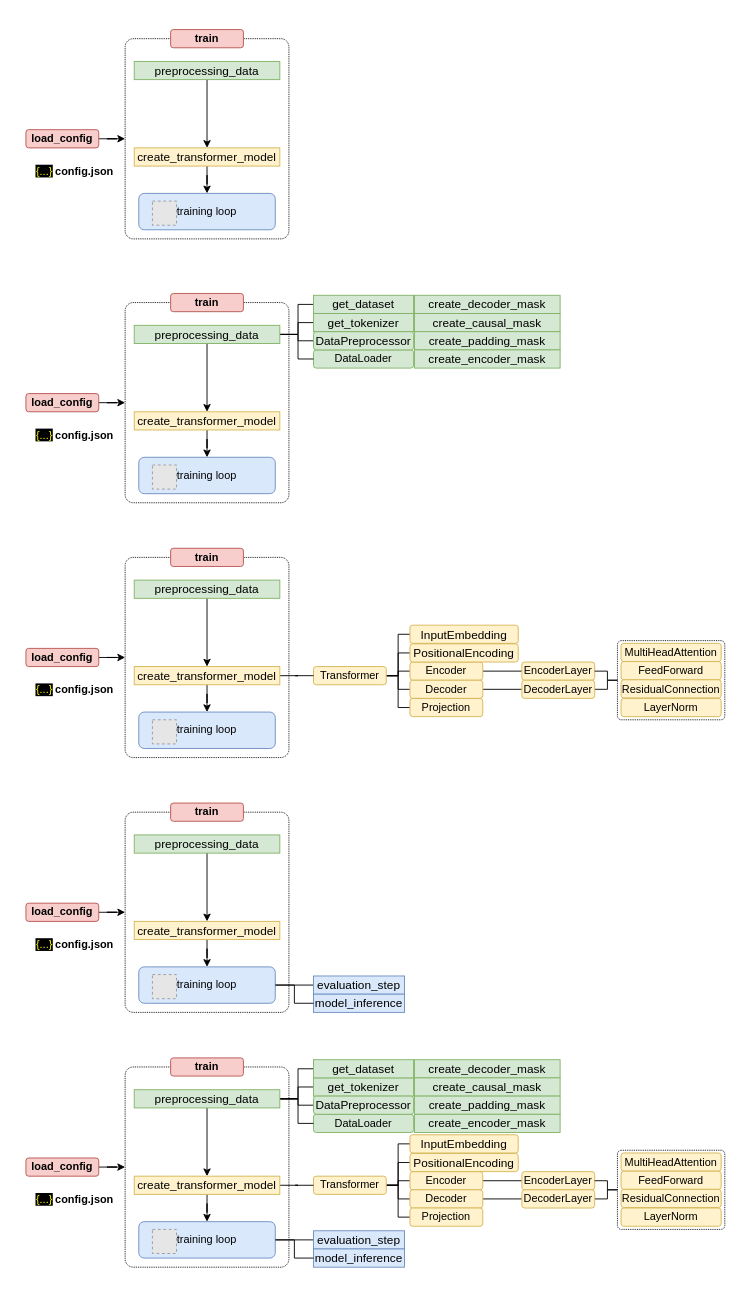
The draw.io diagram page "transformer-training-flow" (10 of 10) of illustration/transformer.drawio in tanquangduong/transformer-pt, before the edit. Source tidied: cells renumbered, new cells numbered last; positions are measured from the earlier drawing's top-left corner, leaving out a move shared by most shapes. Both pictures are drawn from the tidied source at 91%, with x=0, y=0 at pixel (15, 15). Pictures stored in the file or linked from it are replaced by grey dashed boxes.
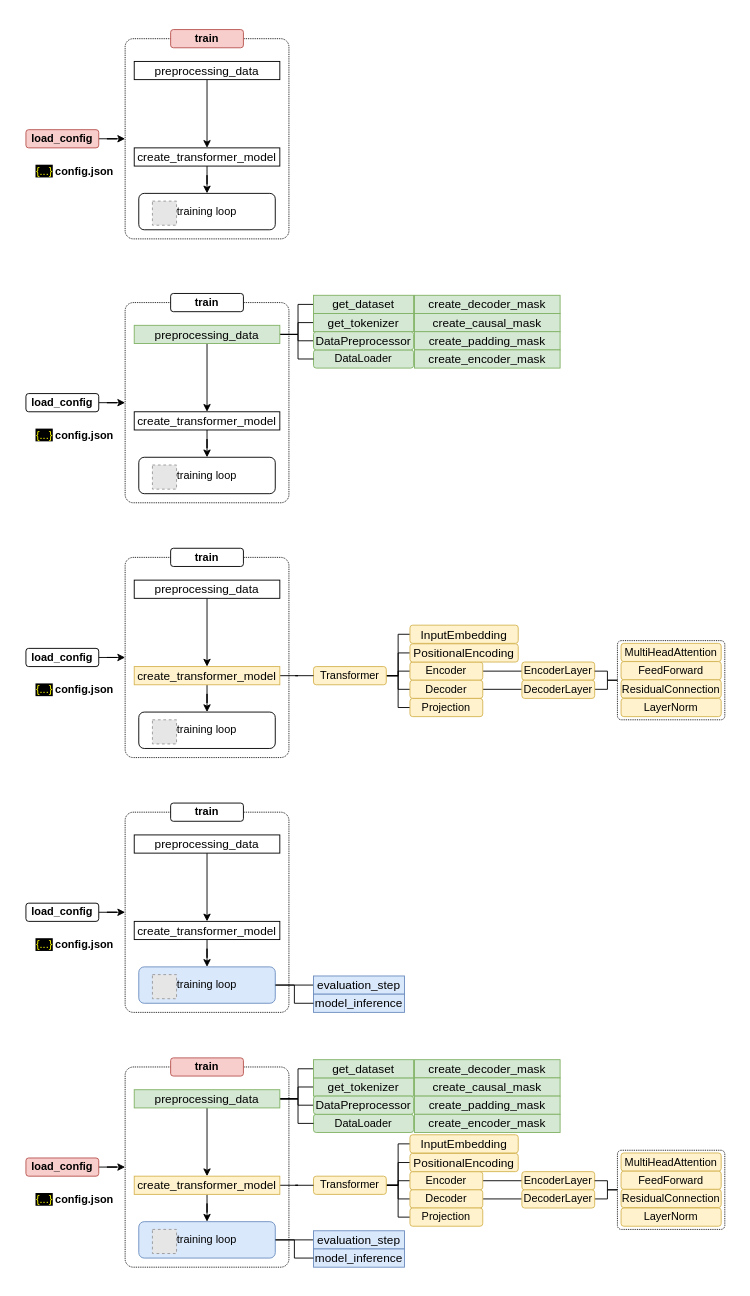
After the change.

What changed in the source:
```diff
@@
-    <mxCell id="7" value="training loop" style="rounded=1;whiteSpace=wrap;html=1;fillColor=#dae8fc;strokeColor=#6c8ebf;" parent="1" vertex="1">
+    <mxCell id="7" value="training loop" style="rounded=1;whiteSpace=wrap;html=1;" parent="1" vertex="1">
       <mxGeometry x="135" y="195" width="150" height="40" as="geometry" />
     </mxCell>
@@
-    <mxCell id="9" value="preprocessing_data" style="rounded=0;whiteSpace=wrap;html=1;fontSize=13;fillColor=#d5e8d4;strokeColor=#82b366;" parent="1" vertex="1">
+    <mxCell id="9" value="preprocessing_data" style="rounded=0;whiteSpace=wrap;html=1;fontSize=13;" parent="1" vertex="1">
       <mxGeometry x="130" y="50" width="160" height="20" as="geometry" />
     </mxCell>
@@
-    <mxCell id="11" value="create_transformer_model" style="rounded=0;whiteSpace=wrap;html=1;fontSize=13;fillColor=#fff2cc;strokeColor=#d6b656;" parent="1" vertex="1">
+    <mxCell id="11" value="create_transformer_model" style="rounded=0;whiteSpace=wrap;html=1;fontSize=13;" parent="1" vertex="1">
       <mxGeometry x="130" y="145" width="160" height="20" as="geometry" />
     </mxCell>
@@
-    <mxCell id="18" value="load_config" style="rounded=1;whiteSpace=wrap;html=1;fontStyle=1;fillColor=#f8cecc;strokeColor=#b85450;" parent="1" vertex="1">
+    <mxCell id="18" value="load_config" style="rounded=1;whiteSpace=wrap;html=1;fontStyle=1;" parent="1" vertex="1">
       <mxGeometry x="11" y="415" width="80" height="20" as="geometry" />
     </mxCell>
-    <mxCell id="19" value="train" style="rounded=1;whiteSpace=wrap;html=1;fontStyle=1;fillColor=#f8cecc;strokeColor=#b85450;" parent="1" vertex="1">
+    <mxCell id="19" value="train" style="rounded=1;whiteSpace=wrap;html=1;fontStyle=1;" parent="1" vertex="1">
       <mxGeometry x="170" y="305" width="80" height="20" as="geometry" />
     </mxCell>
-    <mxCell id="20" value="training loop" style="rounded=1;whiteSpace=wrap;html=1;fillColor=#dae8fc;strokeColor=#6c8ebf;" parent="1" vertex="1">
+    <mxCell id="20" value="training loop" style="rounded=1;whiteSpace=wrap;html=1;" parent="1" vertex="1">
       <mxGeometry x="135" y="485" width="150" height="40" as="geometry" />
     </mxCell>
@@
-    <mxCell id="29" value="create_transformer_model" style="rounded=0;whiteSpace=wrap;html=1;fontSize=13;fillColor=#fff2cc;strokeColor=#d6b656;" parent="1" vertex="1">
+    <mxCell id="29" value="create_transformer_model" style="rounded=0;whiteSpace=wrap;html=1;fontSize=13;" parent="1" vertex="1">
       <mxGeometry x="130" y="435" width="160" height="20" as="geometry" />
     </mxCell>
@@
-    <mxCell id="44" value="load_config" style="rounded=1;whiteSpace=wrap;html=1;fontStyle=1;fillColor=#f8cecc;strokeColor=#b85450;" parent="1" vertex="1">
+    <mxCell id="44" value="load_config" style="rounded=1;whiteSpace=wrap;html=1;fontStyle=1;" parent="1" vertex="1">
       <mxGeometry x="11" y="695" width="80" height="20" as="geometry" />
     </mxCell>
-    <mxCell id="45" value="train" style="rounded=1;whiteSpace=wrap;html=1;fontStyle=1;fillColor=#f8cecc;strokeColor=#b85450;" parent="1" vertex="1">
+    <mxCell id="45" value="train" style="rounded=1;whiteSpace=wrap;html=1;fontStyle=1;" parent="1" vertex="1">
       <mxGeometry x="170" y="585" width="80" height="20" as="geometry" />
     </mxCell>
-    <mxCell id="46" value="training loop" style="rounded=1;whiteSpace=wrap;html=1;fillColor=#dae8fc;strokeColor=#6c8ebf;" parent="1" vertex="1">
+    <mxCell id="46" value="training loop" style="rounded=1;whiteSpace=wrap;html=1;" parent="1" vertex="1">
       <mxGeometry x="135" y="765" width="150" height="40" as="geometry" />
     </mxCell>
@@
-    <mxCell id="66" value="preprocessing_data" style="rounded=0;whiteSpace=wrap;html=1;fontSize=13;fillColor=#d5e8d4;strokeColor=#82b366;" parent="1" vertex="1">
+    <mxCell id="66" value="preprocessing_data" style="rounded=0;whiteSpace=wrap;html=1;fontSize=13;" parent="1" vertex="1">
       <mxGeometry x="130" y="620" width="160" height="20" as="geometry" />
     </mxCell>
@@
-    <mxCell id="79" value="load_config" style="rounded=1;whiteSpace=wrap;html=1;fontStyle=1;fillColor=#f8cecc;strokeColor=#b85450;" parent="1" vertex="1">
+    <mxCell id="79" value="load_config" style="rounded=1;whiteSpace=wrap;html=1;fontStyle=1;" parent="1" vertex="1">
       <mxGeometry x="11" y="975" width="80" height="20" as="geometry" />
     </mxCell>
-    <mxCell id="80" value="train" style="rounded=1;whiteSpace=wrap;html=1;fontStyle=1;fillColor=#f8cecc;strokeColor=#b85450;" parent="1" vertex="1">
+    <mxCell id="80" value="train" style="rounded=1;whiteSpace=wrap;html=1;fontStyle=1;" parent="1" vertex="1">
       <mxGeometry x="170" y="865" width="80" height="20" as="geometry" />
     </mxCell>
@@
-    <mxCell id="84" value="preprocessing_data" style="rounded=0;whiteSpace=wrap;html=1;fontSize=13;fillColor=#d5e8d4;strokeColor=#82b366;" parent="1" vertex="1">
+    <mxCell id="84" value="preprocessing_data" style="rounded=0;whiteSpace=wrap;html=1;fontSize=13;" parent="1" vertex="1">
       <mxGeometry x="130" y="900" width="160" height="20" as="geometry" />
     </mxCell>
@@
-    <mxCell id="86" value="create_transformer_model" style="rounded=0;whiteSpace=wrap;html=1;fontSize=13;fillColor=#fff2cc;strokeColor=#d6b656;" parent="1" vertex="1">
+    <mxCell id="86" value="create_transformer_model" style="rounded=0;whiteSpace=wrap;html=1;fontSize=13;" parent="1" vertex="1">
       <mxGeometry x="130" y="995" width="160" height="20" as="geometry" />
     </mxCell>
```
